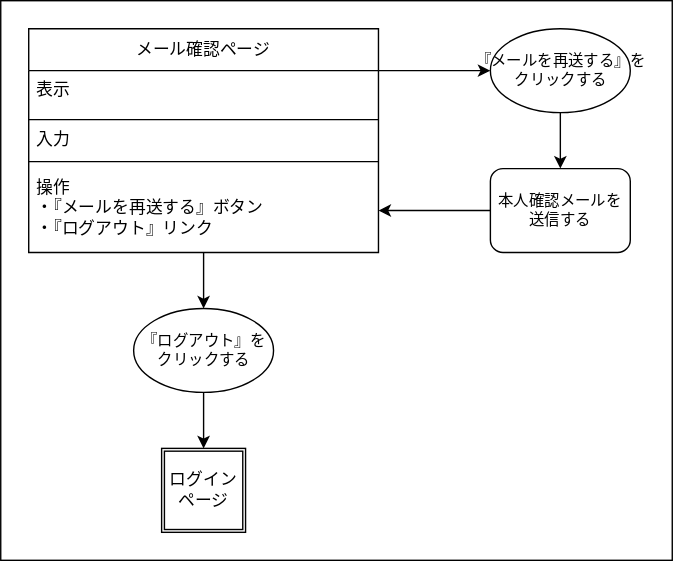
Before: doc/画面遷移図/認証ページ/メール確認ページ.drawio.svg, a diagram exported from draw.io (ryamao/atte). Source tidied: cells renumbered, new cells last; positions are measured from the earlier drawing's top-left corner, leaving out a move shared by most shapes.
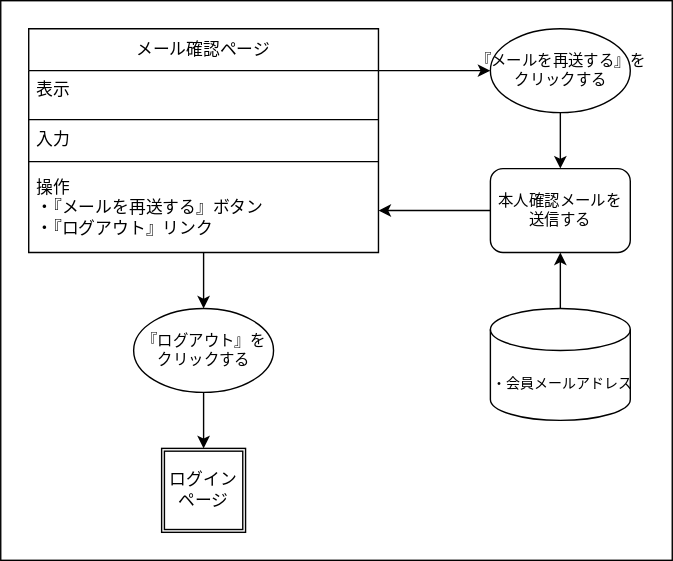
Later version of the same file.

Diff of the diagram source:
```diff
@@ -50,5 +50,11 @@
     <mxCell id="17" value="ログイン&lt;br&gt;ページ" style="shape=ext;double=1;whiteSpace=wrap;html=1;" parent="1" vertex="1">
       <mxGeometry x="115" y="320" width="60" height="60" as="geometry" />
     </mxCell>
+    <mxCell id="18" style="edgeStyle=none;html=1;exitX=0.5;exitY=0;exitDx=0;exitDy=0;exitPerimeter=0;entryX=0.5;entryY=1;entryDx=0;entryDy=0;fontSize=10;" parent="1" edge="1" source="19" target="12">
+      <mxGeometry relative="1" as="geometry" />
+    </mxCell>
+    <mxCell id="19" value="・会員メールアドレス" style="shape=cylinder3;html=1;boundedLbl=1;backgroundOutline=1;size=15;align=left;fontSize=10;" parent="1" vertex="1">
+      <mxGeometry x="350" y="220" width="100" height="80" as="geometry" />
+    </mxCell>
   </root>
 </mxGraphModel>
```
